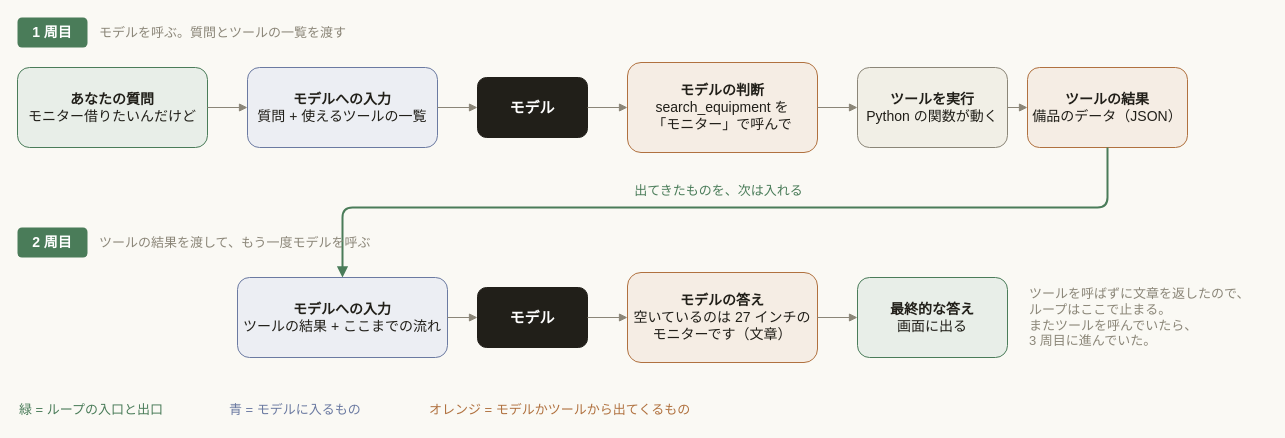
This is docs/images/loop-cycle.drawio from umitsu-tech/agentcore-handson-env, a draw.io file, before an edit. Source tidied: cells renumbered, new cells numbered last; positions are measured from the earlier drawing's top-left corner, leaving out a move shared by most shapes. Both pictures are drawn from the tidied source at 100%, with x=0, y=0 at pixel (17, 17).
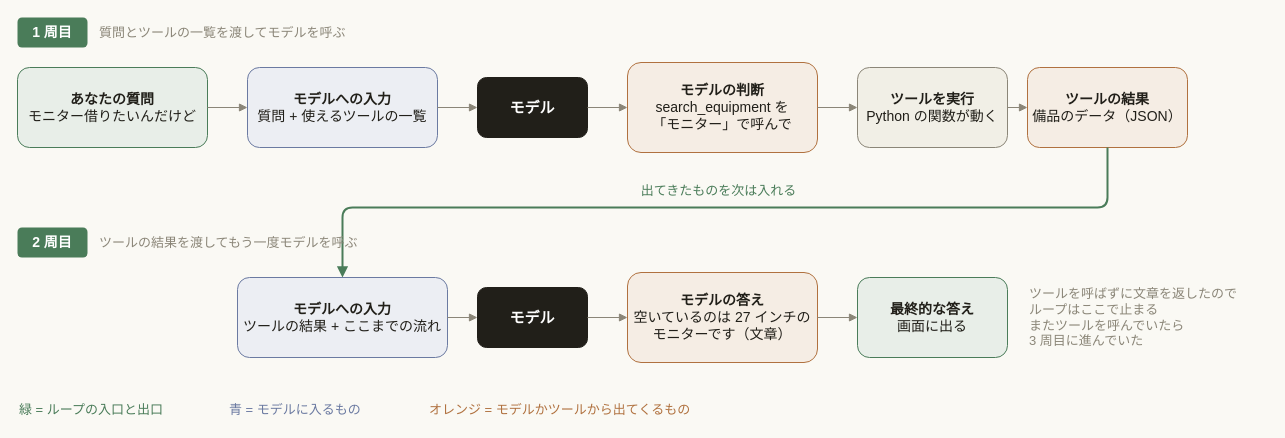
Above is the later version.

The change refers to these unchanged cells:
```xml
<mxCell id="9" value="&lt;b&gt;ツールの結果&lt;/b&gt;&lt;br&gt;備品のデータ（JSON）" style="rounded=1;whiteSpace=wrap;html=1;strokeColor=#b0713f;fillColor=#f5ede4;fontSize=14;fontColor=#211f19;" parent="1" vertex="1">
  <mxGeometry x="1010" y="50" width="160" height="80" as="geometry" />
</mxCell>
<mxCell id="18" value="&lt;b&gt;モデルへの入力&lt;/b&gt;&lt;br&gt;ツールの結果 + ここまでの流れ" style="rounded=1;whiteSpace=wrap;html=1;strokeColor=#6b7aa1;fillColor=#eceef3;fontSize=14;fontColor=#211f19;" parent="1" vertex="1">
  <mxGeometry x="220" y="260" width="210" height="80" as="geometry" />
</mxCell>
```

The edit, as a diff of the source:
```diff
@@
-    <mxCell id="3" value="モデルを呼ぶ。質問とツールの一覧を渡す" style="text;html=1;strokeColor=none;fillColor=none;align=left;verticalAlign=middle;whiteSpace=wrap;fontSize=13;fontColor=#8b8678;" parent="1" vertex="1">
+    <mxCell id="3" value="質問とツールの一覧を渡してモデルを呼ぶ" style="text;html=1;strokeColor=none;fillColor=none;align=left;verticalAlign=middle;whiteSpace=wrap;fontSize=13;fontColor=#8b8678;" parent="1" vertex="1">
       <mxGeometry x="80" width="400" height="30" as="geometry" />
     </mxCell>
@@
-    <mxCell id="15" value="出てきたものを、次は入れる" style="edgeStyle=orthogonalEdgeStyle;html=1;strokeColor=#4a7c59;strokeWidth=2;endArrow=block;endFill=1;fontSize=13;fontColor=#4a7c59;labelBackgroundColor=none;verticalAlign=bottom;" parent="1" edge="1" source="9" target="18">
+    <mxCell id="15" value="出てきたものを次は入れる" style="edgeStyle=orthogonalEdgeStyle;html=1;strokeColor=#4a7c59;strokeWidth=2;endArrow=block;endFill=1;fontSize=13;fontColor=#4a7c59;labelBackgroundColor=none;verticalAlign=bottom;" parent="1" edge="1" source="9" target="18">
       <mxGeometry relative="1" as="geometry">
         <Array as="points">
           <mxPoint x="1090" y="190" />
           <mxPoint x="325" y="190" />
         </Array>
         <mxPoint x="-1" y="-6" as="offset" />
       </mxGeometry>
     </mxCell>
@@
-    <mxCell id="17" value="ツールの結果を渡して、もう一度モデルを呼ぶ" style="text;html=1;strokeColor=none;fillColor=none;align=left;verticalAlign=middle;whiteSpace=wrap;fontSize=13;fontColor=#8b8678;" parent="1" vertex="1">
+    <mxCell id="17" value="ツールの結果を渡してもう一度モデルを呼ぶ" style="text;html=1;strokeColor=none;fillColor=none;align=left;verticalAlign=middle;whiteSpace=wrap;fontSize=13;fontColor=#8b8678;" parent="1" vertex="1">
       <mxGeometry x="80" y="210" width="400" height="30" as="geometry" />
     </mxCell>
@@
-    <mxCell id="22" value="ツールを呼ばずに文章を返したので、&lt;br&gt;ループはここで止まる。&lt;br&gt;またツールを呼んでいたら、&lt;br&gt;3 周目に進んでいた。" style="text;html=1;strokeColor=none;fillColor=none;align=left;verticalAlign=middle;whiteSpace=wrap;fontSize=13;fontColor=#8b8678;" parent="1" vertex="1">
+    <mxCell id="22" value="ツールを呼ばずに文章を返したので&lt;br&gt;ループはここで止まる&lt;br&gt;またツールを呼んでいたら&lt;br&gt;3 周目に進んでいた" style="text;html=1;strokeColor=none;fillColor=none;align=left;verticalAlign=middle;whiteSpace=wrap;fontSize=13;fontColor=#8b8678;" parent="1" vertex="1">
       <mxGeometry x="1010" y="250" width="240" height="100" as="geometry" />
     </mxCell>
```
